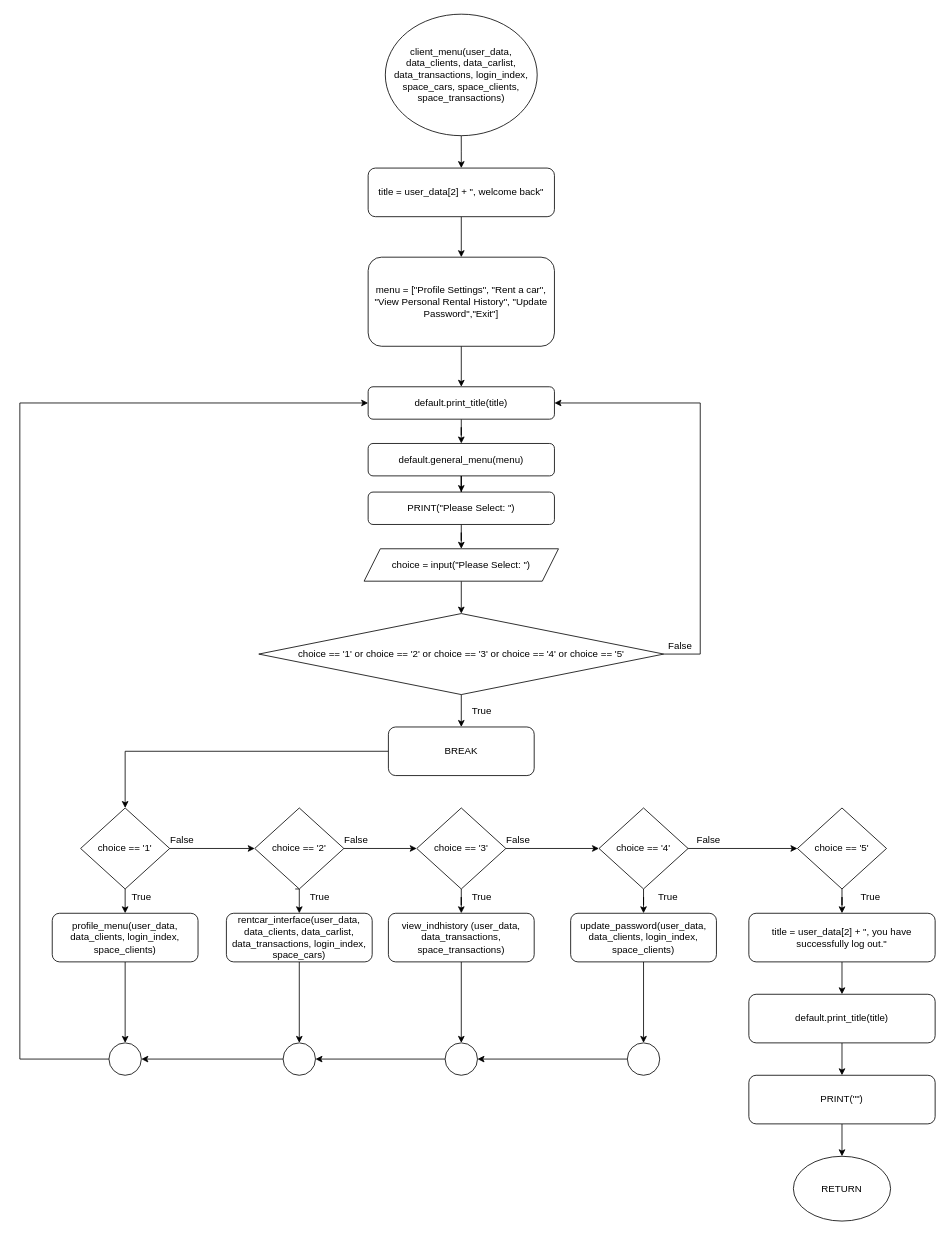
The draw.io diagram Flowchart/clients/client_menu.drawio in RabbitBear00/Car-Rental-System, before the edit. Source tidied: cells renumbered, new cells numbered last; positions are measured from the earlier drawing's top-left corner, leaving out a move shared by most shapes. Both pictures are drawn from the tidied source at 81%, with x=0, y=0 at pixel (19, 14).
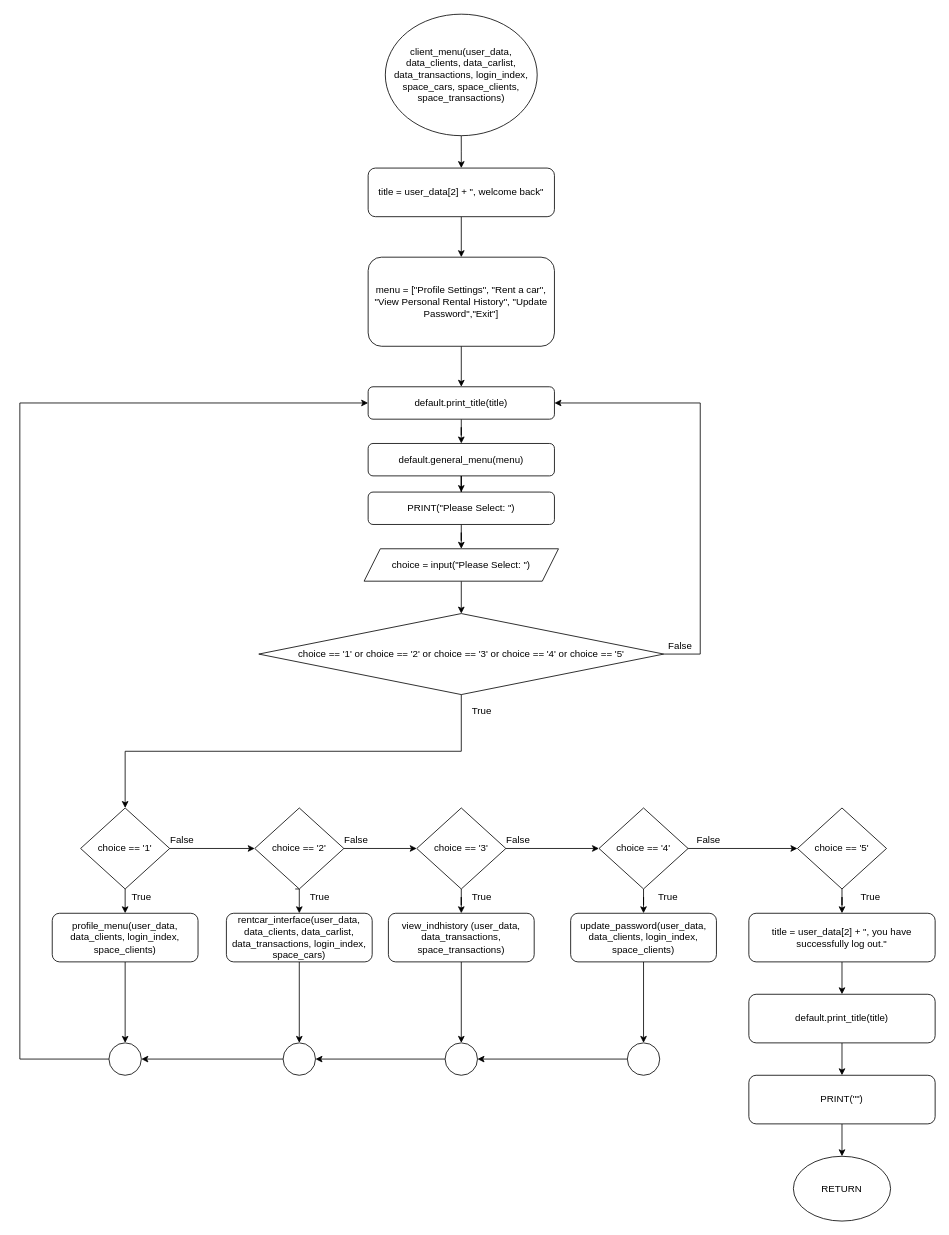
After the change.

Unchanged cells that the change refers to:
```xml
<mxCell id="19" value="choice == '1'" style="rhombus;whiteSpace=wrap;html=1;" parent="1" vertex="1">
  <mxGeometry x="75" y="980" width="110" height="100" as="geometry" />
</mxCell>
<mxCell id="31" value="choice == '1' or choice == '2' or choice == '3' or choice == '4' or choice == '5'" style="rhombus;whiteSpace=wrap;html=1;" parent="1" vertex="1">
  <mxGeometry x="295" y="740" width="500" height="100" as="geometry" />
</mxCell>
```

The edit, as a diff of the source:
```diff
@@
-    <mxCell id="29" style="edgeStyle=orthogonalEdgeStyle;rounded=0;jettySize=auto;html=1;" parent="1" edge="1" source="31" target="41">
+    <mxCell id="29" style="edgeStyle=orthogonalEdgeStyle;rounded=0;jettySize=auto;html=1;entryX=0.5;entryY=0;entryDx=0;entryDy=0;exitX=0.5;exitY=1;exitDx=0;exitDy=0;" parent="1" edge="1" source="31" target="19">
       <mxGeometry relative="1" as="geometry" />
     </mxCell>
@@
-    <mxCell id="40" style="edgeStyle=orthogonalEdgeStyle;rounded=0;jettySize=auto;html=1;exitX=0;exitY=0.5;exitDx=0;exitDy=0;" parent="1" edge="1" source="41" target="19">
-      <mxGeometry relative="1" as="geometry" />
-    </mxCell>
-    <mxCell id="41" value="BREAK" style="rounded=1;whiteSpace=wrap;html=1;" parent="1" vertex="1">
-      <mxGeometry x="455" y="880" width="180" height="60" as="geometry" />
-    </mxCell>
```
